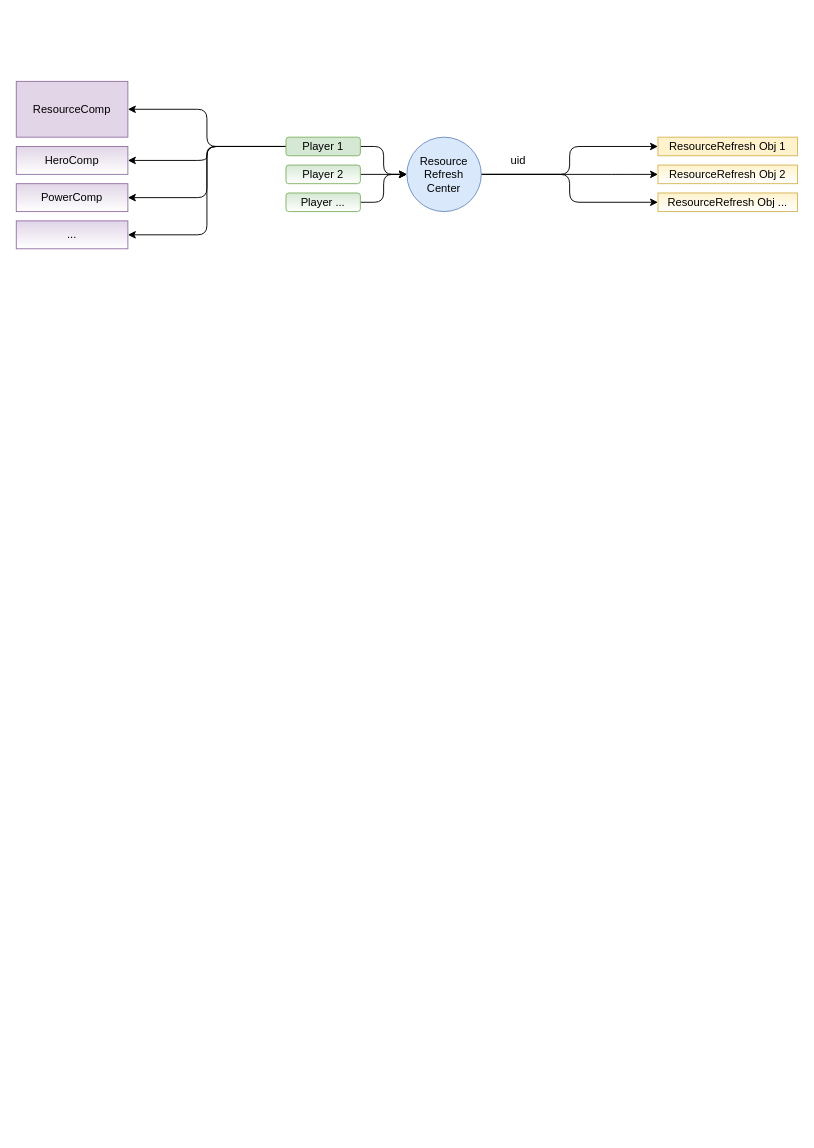
Before: Untitled Diagram.drawio in KAMccc/CentralConsole, a draw.io diagram. Source tidied: cells renumbered, new cells numbered last; positions are measured from the earlier drawing's top-left corner, leaving out a move shared by most shapes. Both pictures are drawn from the tidied source at 93%, with x=0, y=0 at pixel (16, 81).
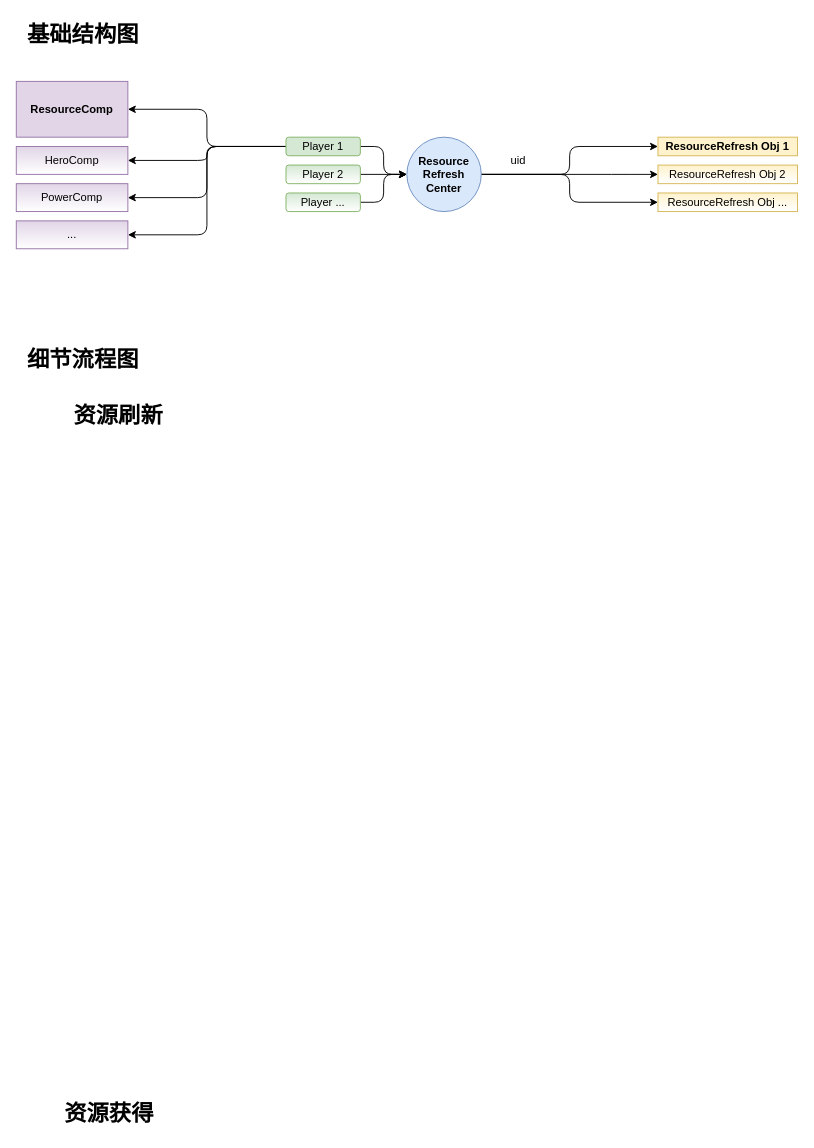
Above is the later version.

The edit, as a diff of the source:
```diff
@@
-    <mxCell id="5" value="Resource&lt;br&gt;Refresh&lt;br&gt;Center" style="ellipse;whiteSpace=wrap;html=1;fillColor=#dae8fc;strokeColor=#6c8ebf;" parent="1" vertex="1">
+    <mxCell id="5" value="Resource&lt;br&gt;Refresh&lt;br&gt;Center" style="ellipse;whiteSpace=wrap;html=1;fillColor=#dae8fc;strokeColor=#6c8ebf;shadow=0;fontStyle=1;" parent="1" vertex="1">
       <mxGeometry x="420" y="60" width="80" height="80" as="geometry" />
     </mxCell>
@@
-    <mxCell id="16" value="ResourceRefresh Obj 1" style="rounded=0;whiteSpace=wrap;html=1;fillColor=#fff2cc;strokeColor=#d6b656;" parent="1" vertex="1">
+    <mxCell id="16" value="ResourceRefresh Obj 1" style="rounded=0;whiteSpace=wrap;html=1;fillColor=#fff2cc;strokeColor=#d6b656;fontStyle=1;" parent="1" vertex="1">
       <mxGeometry x="690" y="60" width="150" height="20" as="geometry" />
     </mxCell>
@@
-    <mxCell id="19" value="ResourceComp" style="rounded=0;whiteSpace=wrap;html=1;fillColor=#e1d5e7;strokeColor=#9673a6;" parent="1" vertex="1">
+    <mxCell id="19" value="ResourceComp" style="rounded=0;whiteSpace=wrap;html=1;fillColor=#e1d5e7;strokeColor=#9673a6;fontStyle=1;" parent="1" vertex="1">
       <mxGeometry width="120" height="60" as="geometry" />
     </mxCell>
@@
+    <mxCell id="24" value="基础结构图" style="text;strokeColor=none;fillColor=none;html=1;fontSize=24;fontStyle=1;verticalAlign=middle;align=left;shadow=0;" parent="1" vertex="1">
+      <mxGeometry x="10" y="-70" width="100" height="40" as="geometry" />
+    </mxCell>
+    <mxCell id="25" value="细节流程图" style="text;strokeColor=none;fillColor=none;html=1;fontSize=24;fontStyle=1;verticalAlign=middle;align=left;shadow=0;" parent="1" vertex="1">
+      <mxGeometry x="10" y="280" width="100" height="40" as="geometry" />
+    </mxCell>
+    <mxCell id="26" value="资源刷新" style="text;strokeColor=none;fillColor=none;html=1;fontSize=24;fontStyle=1;verticalAlign=middle;align=left;shadow=0;" parent="1" vertex="1">
+      <mxGeometry x="60" y="340" width="100" height="40" as="geometry" />
+    </mxCell>
+    <mxCell id="27" value="资源获得" style="text;strokeColor=none;fillColor=none;html=1;fontSize=24;fontStyle=1;verticalAlign=middle;align=left;shadow=0;" parent="1" vertex="1">
+      <mxGeometry x="50" y="1090" width="100" height="40" as="geometry" />
+    </mxCell>
```
